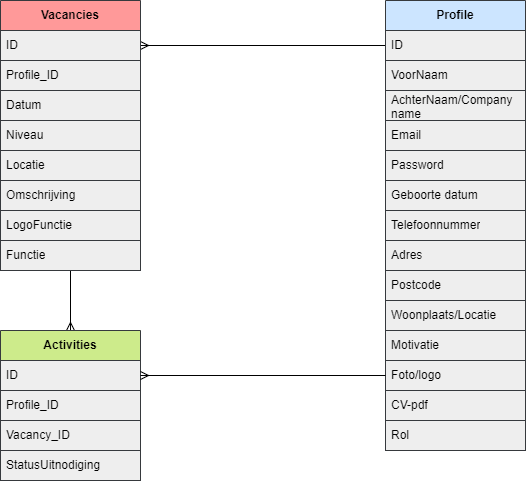
The draw.io diagram documents/erd/VAC-ERD-Uitgewerkt-gegevensmodel-AS-v3.png in AaronSaya/educom-symfony-1690191754, before a commit. Source tidied: cells renumbered, new cells last; positions are measured from the earlier drawing's top-left corner, leaving out a move shared by most shapes.
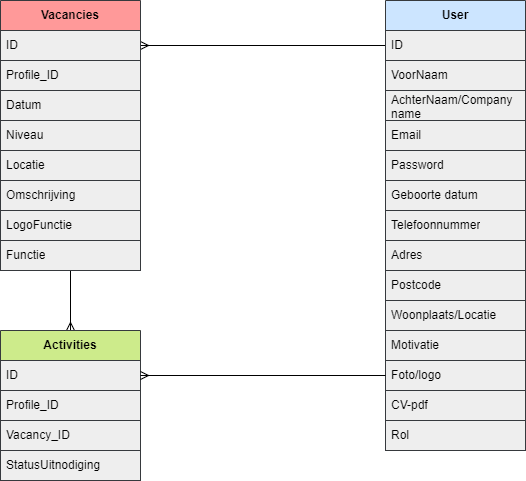
The same file after the commit.

Commit message:
Gegevensmodel maken #2

What changed in the source:
```diff
@@ -5,7 +5,7 @@
     <mxCell id="2" style="edgeStyle=none;html=1;strokeColor=#000000;exitX=0;exitY=0.5;exitDx=0;exitDy=0;endArrow=ERmany;endFill=0;" parent="1" edge="1" source="4" target="20">
       <mxGeometry relative="1" as="geometry" />
     </mxCell>
-    <mxCell id="3" value="Profile" style="swimlane;fontStyle=1;horizontal=1;startSize=30;whiteSpace=wrap;html=1;rounded=0;labelBackgroundColor=none;labelBorderColor=none;fillColor=#cce5ff;strokeColor=#36393d;fontColor=#000000;" parent="1" vertex="1">
+    <mxCell id="3" value="User" style="swimlane;fontStyle=1;horizontal=1;startSize=30;whiteSpace=wrap;html=1;rounded=0;labelBackgroundColor=none;labelBorderColor=none;fillColor=#cce5ff;strokeColor=#36393d;fontColor=#000000;" parent="1" vertex="1">
       <mxGeometry x="385" width="140" height="450" as="geometry" />
     </mxCell>
     <mxCell id="4" value="ID" style="text;strokeColor=#36393d;fillColor=#eeeeee;align=left;verticalAlign=middle;spacingLeft=4;spacingRight=4;overflow=hidden;points=[[0,0.5],[1,0.5]];portConstraint=eastwest;whiteSpace=wrap;html=1;rounded=0;labelBackgroundColor=none;labelBorderColor=none;fontColor=#000000;" parent="3" vertex="1">
```
